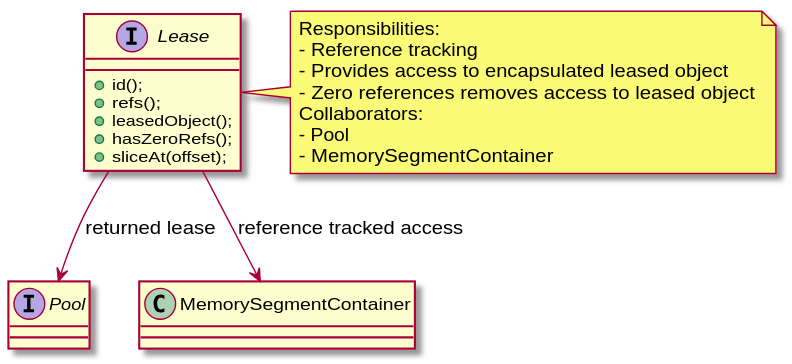
The PlantUML diagram docs/main/doxygen/inline_umlgraph_2.svg in teragrep/buf_01, before a commit. Its diagram source:
```plantuml
@startuml inline_umlgraph_2.svg
interface Pool
interface Lease {
+ id();
+ refs();
+ leasedObject();
+ hasZeroRefs();
+ sliceAt(offset);
}
Lease --> Pool : returned lease
Lease --> MemorySegmentContainer : reference tracked access
note right of Lease
Responsibilities:
- Reference tracking
- Provides access to encapsulated leased object
- Zero references removes access to leased object
Collaborators:
- Pool
- MemorySegmentContainer
end note
@enduml
```
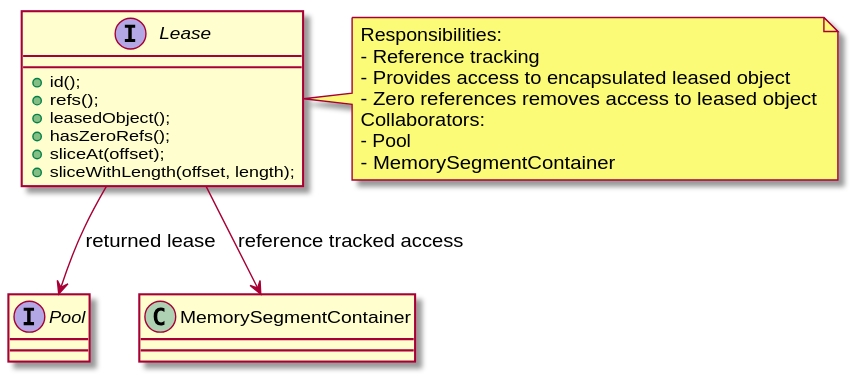
After the commit.

What changed in the source:
```diff
@@ -6,6 +6,7 @@
 + leasedObject();
 + hasZeroRefs();
 + sliceAt(offset);
++ sliceWithLength(offset, length);
 }
 Lease --> Pool : returned lease
 Lease --> MemorySegmentContainer : reference tracked access
```
